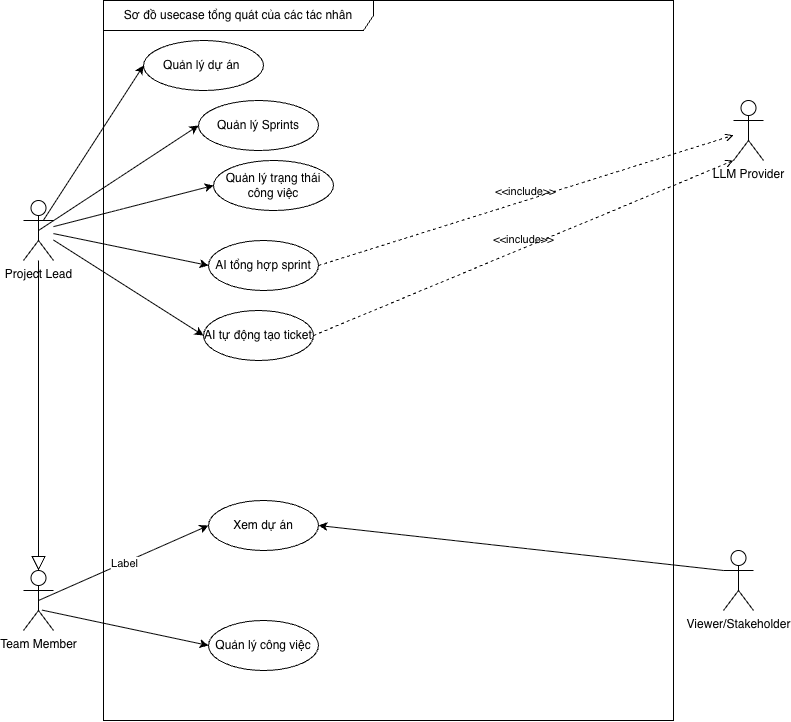
Before: reports/dat-examples/report/images/usecase_tongquan.png, a diagram exported from draw.io (toantran292/datn). Source tidied: cells renumbered, new cells last; positions are measured from the earlier drawing's top-left corner, leaving out a move shared by most shapes.
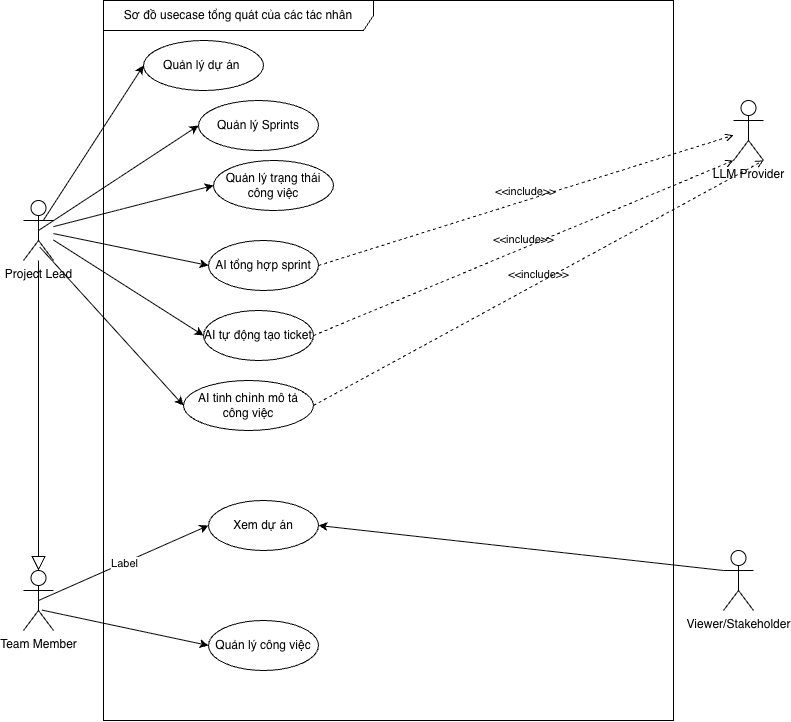
Later version of the same file.

Change to the diagram source:
```diff
@@ -26,6 +26,9 @@
     <mxCell id="9" value="AI tự động tạo ticket" style="ellipse;whiteSpace=wrap;html=1;" parent="2" vertex="1">
       <mxGeometry x="100" y="310" width="110" height="50" as="geometry" />
     </mxCell>
+    <mxCell id="26" value="AI tinh chỉnh mô tả công việc" style="ellipse;whiteSpace=wrap;html=1;" parent="2" vertex="1">
+      <mxGeometry x="80" y="380" width="130" height="50" as="geometry" />
+    </mxCell>
     <mxCell id="10" value="Project Lead" style="shape=umlActor;verticalLabelPosition=bottom;verticalAlign=top;html=1;" parent="1" vertex="1">
       <mxGeometry y="200" width="30" height="60" as="geometry" />
     </mxCell>
@@ -74,5 +77,11 @@
     <mxCell id="25" style="endArrow=classic;html=1;rounded=0;entryX=0;entryY=0.5;entryDx=0;entryDy=0;" parent="1" edge="1" source="10" target="9">
       <mxGeometry relative="1" as="geometry" />
     </mxCell>
+    <mxCell id="27" style="endArrow=classic;html=1;rounded=0;entryX=0;entryY=0.5;entryDx=0;entryDy=0;exitX=0.548;exitY=0.779;exitDx=0;exitDy=0;exitPerimeter=0;" parent="1" edge="1" source="10" target="26">
+      <mxGeometry relative="1" as="geometry" />
+    </mxCell>
+    <mxCell id="28" value="&amp;lt;&amp;lt;include&amp;gt;&amp;gt;" style="html=1;verticalAlign=bottom;labelBackgroundColor=none;endArrow=open;endFill=0;dashed=1;rounded=0;exitX=1;exitY=0.5;exitDx=0;exitDy=0;entryX=1;entryY=1;entryDx=0;entryDy=0;entryPerimeter=0;" parent="1" edge="1" source="26" target="17">
+      <mxGeometry relative="1" as="geometry" />
+    </mxCell>
   </root>
 </mxGraphModel>
```
